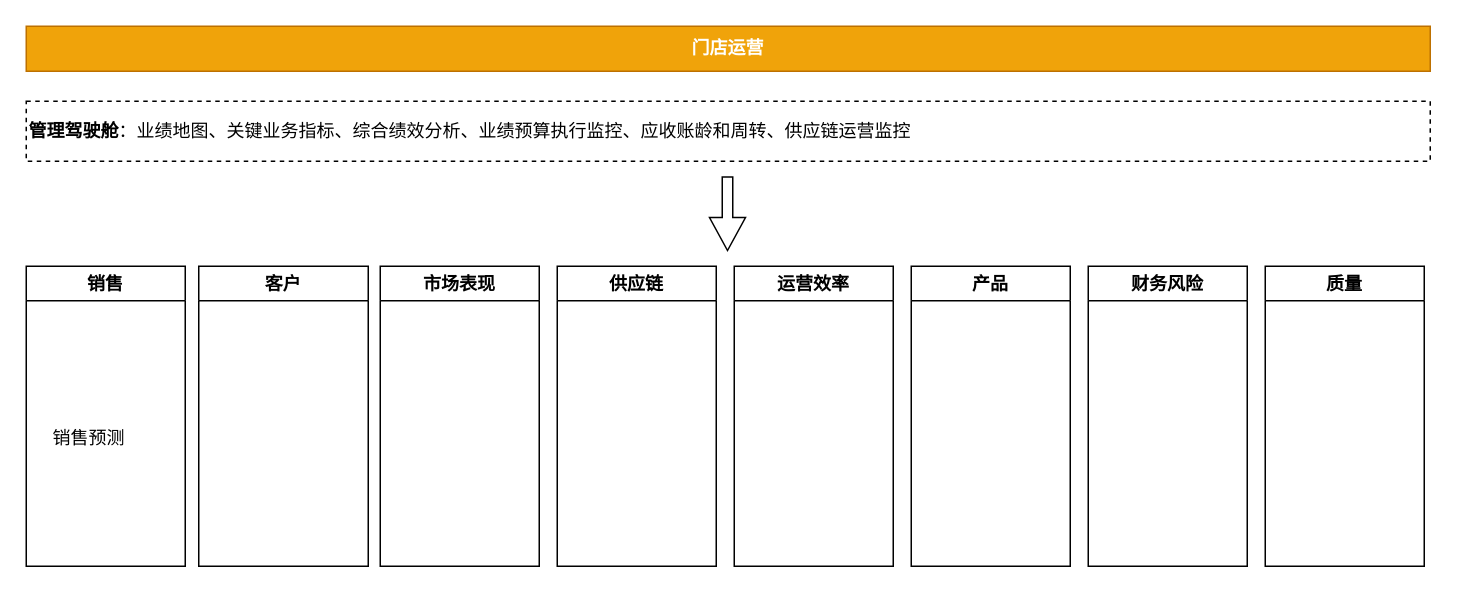
Above: zym-门店运用.drawio in ztacode/drawio (draw.io), before the change. Source tidied: cells renumbered, new cells numbered last; positions are measured from the earlier drawing's top-left corner, leaving out a move shared by most shapes. Both pictures are drawn from the tidied source at 150%, with x=0, y=0 at pixel (26, 26).
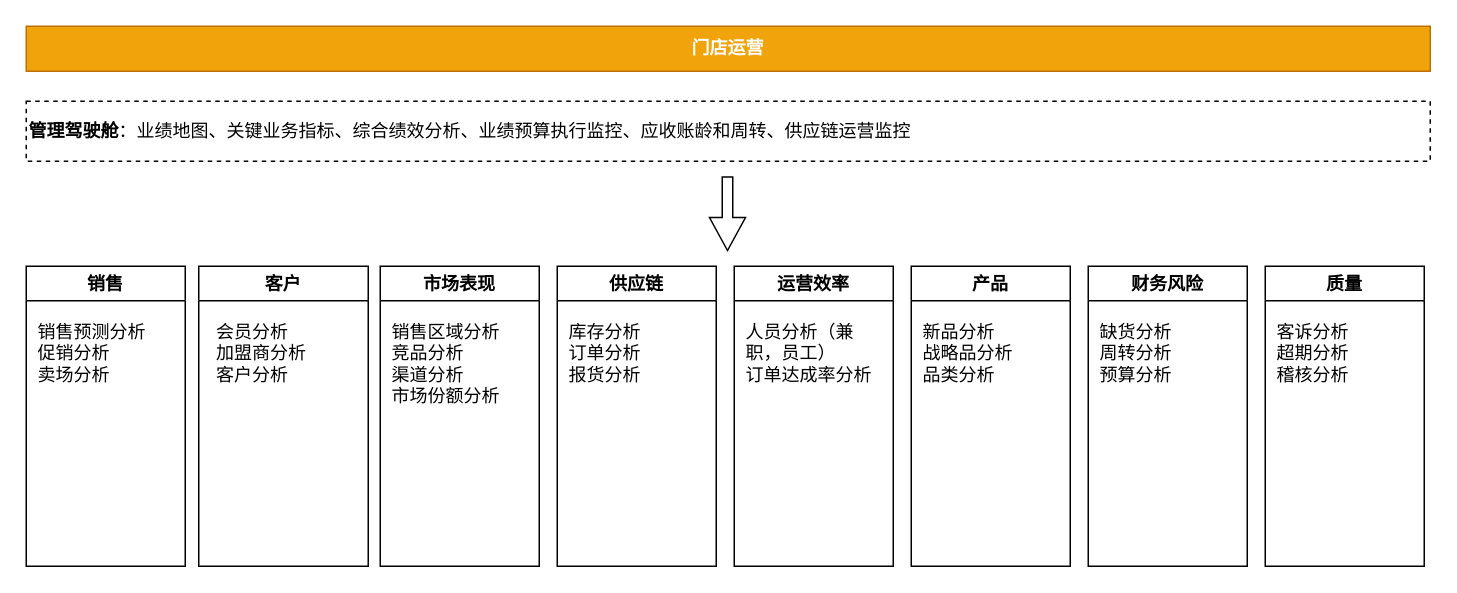
Above is the later version.

Commit message:
更新zym-门店运用.drawio

Unchanged cells that the change refers to:
```xml
<mxCell id="3" value="销售" style="swimlane;whiteSpace=wrap;html=1;startSize=23;" parent="1" vertex="1">
  <mxGeometry y="160" width="106" height="200" as="geometry" />
</mxCell>
<mxCell id="5" value="客户" style="swimlane;whiteSpace=wrap;html=1;" parent="1" vertex="1">
  <mxGeometry x="115" y="160" width="113" height="200" as="geometry" />
</mxCell>
<mxCell id="6" value="市场表现" style="swimlane;whiteSpace=wrap;html=1;" parent="1" vertex="1">
  <mxGeometry x="236" y="160" width="106" height="200" as="geometry" />
</mxCell>
<mxCell id="7" value="供应链" style="swimlane;whiteSpace=wrap;html=1;startSize=23;" parent="1" vertex="1">
  <mxGeometry x="354" y="160" width="106" height="200" as="geometry" />
</mxCell>
<mxCell id="8" value="运营效率" style="swimlane;whiteSpace=wrap;html=1;startSize=23;" parent="1" vertex="1">
  <mxGeometry x="472" y="160" width="106" height="200" as="geometry" />
</mxCell>
<mxCell id="9" value="产品" style="swimlane;whiteSpace=wrap;html=1;startSize=23;" parent="1" vertex="1">
  <mxGeometry x="590" y="160" width="106" height="200" as="geometry" />
</mxCell>
<mxCell id="10" value="财务风险" style="swimlane;whiteSpace=wrap;html=1;startSize=23;" parent="1" vertex="1">
  <mxGeometry x="708" y="160" width="106" height="200" as="geometry" />
</mxCell>
<mxCell id="11" value="质量" style="swimlane;whiteSpace=wrap;html=1;startSize=23;" parent="1" vertex="1">
  <mxGeometry x="826" y="160" width="106" height="200" as="geometry" />
</mxCell>
```

Change to the diagram source:
```diff
@@
-    <mxCell id="4" value="销售预测" style="text;html=1;align=left;verticalAlign=middle;whiteSpace=wrap;rounded=0;" parent="3" vertex="1">
-      <mxGeometry x="16" y="40" width="67" height="150" as="geometry" />
-    </mxCell>
+    <mxCell id="14" value="销售预测分析&lt;br&gt;促销分析&lt;div&gt;卖场分析&lt;/div&gt;" style="text;html=1;align=left;verticalAlign=top;whiteSpace=wrap;rounded=0;" parent="3" vertex="1">
+      <mxGeometry x="6" y="30" width="94" height="160" as="geometry" />
+    </mxCell>
@@
+    <mxCell id="15" value="会员分析&lt;br&gt;加盟商分析&lt;br&gt;客户分析" style="text;html=1;align=left;verticalAlign=top;whiteSpace=wrap;rounded=0;" parent="5" vertex="1">
+      <mxGeometry x="9.5" y="30" width="94" height="160" as="geometry" />
+    </mxCell>
@@
+    <mxCell id="16" value="销售区域分析&lt;br&gt;竞品分析&lt;br&gt;渠道分析&lt;br&gt;市场份额分析" style="text;html=1;align=left;verticalAlign=top;whiteSpace=wrap;rounded=0;" parent="6" vertex="1">
+      <mxGeometry x="6" y="30" width="94" height="160" as="geometry" />
+    </mxCell>
@@
+    <mxCell id="17" value="库存分析&lt;br&gt;订单分析&lt;br&gt;报货分析" style="text;html=1;align=left;verticalAlign=top;whiteSpace=wrap;rounded=0;" parent="7" vertex="1">
+      <mxGeometry x="6" y="30" width="94" height="160" as="geometry" />
+    </mxCell>
@@
+    <mxCell id="18" value="人员分析（兼职，员工）&lt;br&gt;订单达成率分析&lt;br&gt;&lt;div&gt;&lt;br&gt;&lt;/div&gt;" style="text;html=1;align=left;verticalAlign=top;whiteSpace=wrap;rounded=0;" parent="8" vertex="1">
+      <mxGeometry x="6" y="30" width="94" height="160" as="geometry" />
+    </mxCell>
@@
+    <mxCell id="19" value="新品分析&lt;br&gt;战略品分析&lt;br&gt;品类分析&lt;div&gt;&lt;br/&gt;&lt;/div&gt;" style="text;html=1;align=left;verticalAlign=top;whiteSpace=wrap;rounded=0;" parent="9" vertex="1">
+      <mxGeometry x="6" y="30" width="94" height="160" as="geometry" />
+    </mxCell>
@@
+    <mxCell id="20" value="缺货分析&lt;br&gt;周转分析&lt;br&gt;预算分析" style="text;html=1;align=left;verticalAlign=top;whiteSpace=wrap;rounded=0;" parent="10" vertex="1">
+      <mxGeometry x="6" y="30" width="94" height="160" as="geometry" />
+    </mxCell>
@@
+    <mxCell id="21" value="客诉分析&lt;br&gt;超期分析&lt;br&gt;稽核分析" style="text;html=1;align=left;verticalAlign=top;whiteSpace=wrap;rounded=0;" parent="11" vertex="1">
+      <mxGeometry x="6" y="30" width="94" height="160" as="geometry" />
+    </mxCell>
```
